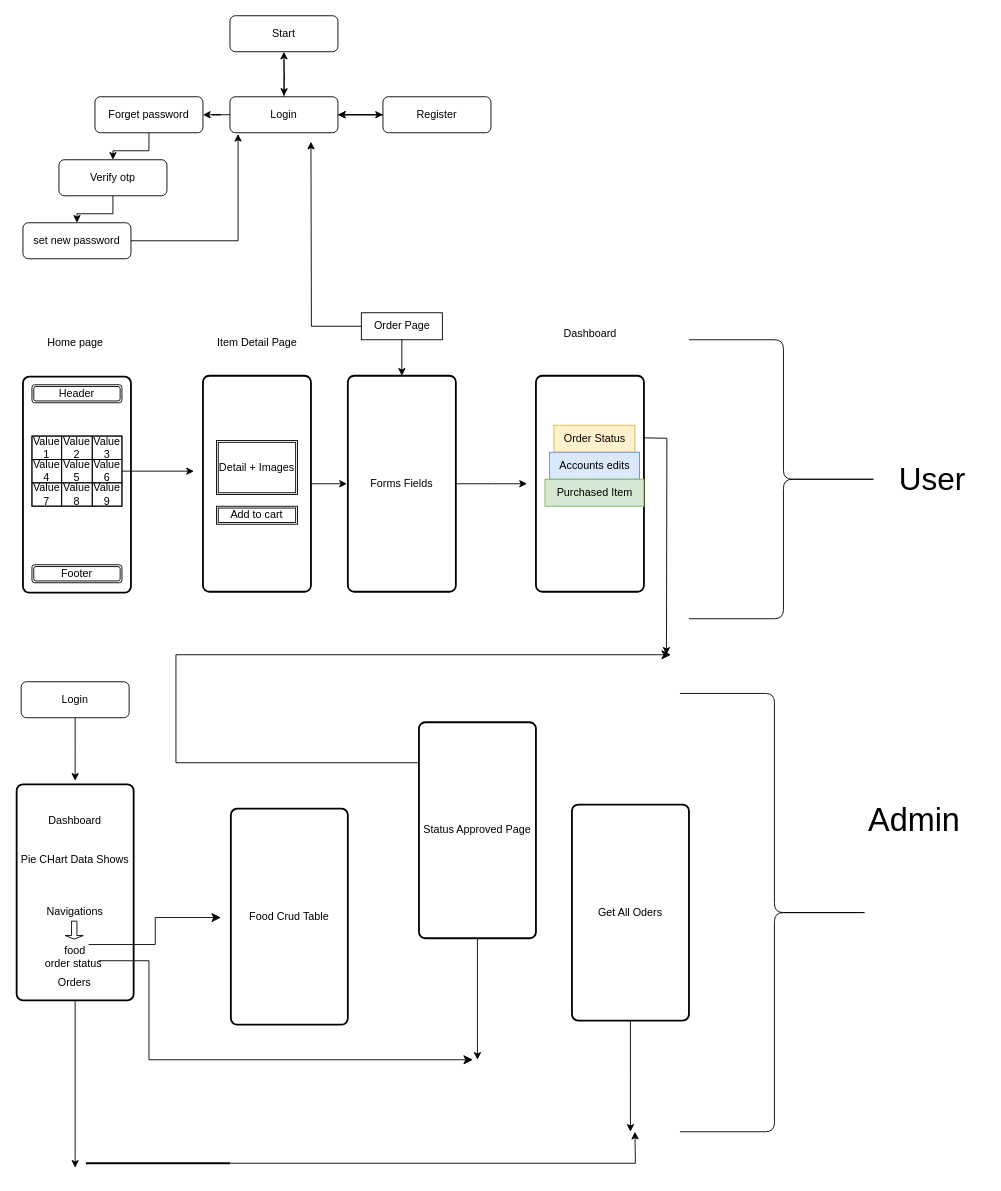
Ahsan2001/Restaurant-Web-Application keeps this draw.io diagram as Untitled Diagram.drawio. Above is the earlier version. Source tidied: cells renumbered, new cells numbered last; positions are measured from the earlier drawing's top-left corner, leaving out a move shared by most shapes. Both pictures are drawn from the tidied source at 90%, with x=0, y=0 at pixel (16, 15).
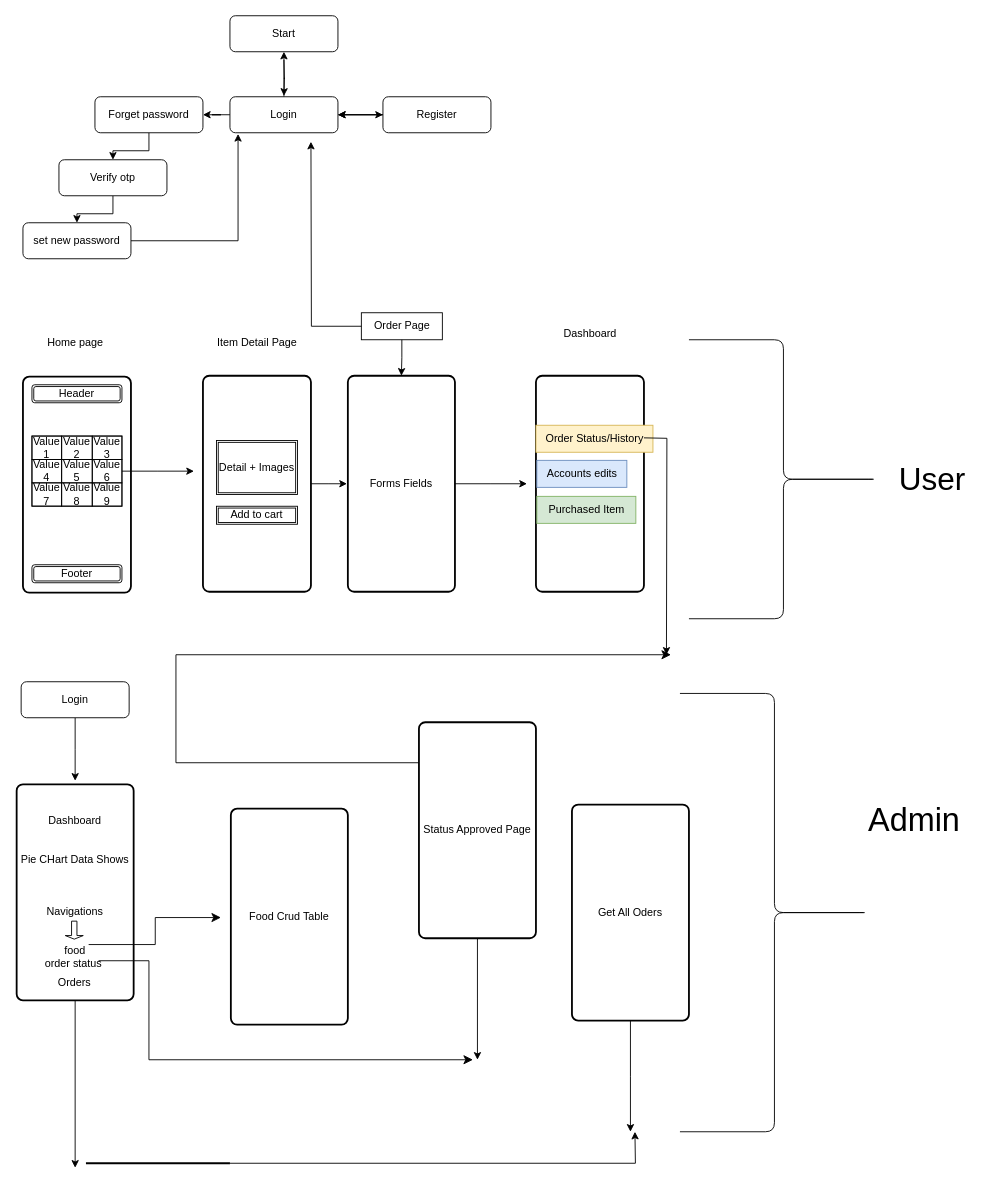
The same page after the edit.

Change to the diagram source:
```diff
@@
     <mxCell id="21" value="Forms Fields" style="rounded=1;whiteSpace=wrap;html=1;absoluteArcSize=1;arcSize=14;strokeWidth=2;" parent="1" vertex="1">
-      <mxGeometry x="368" y="400" width="120" height="240" as="geometry" />
+      <mxGeometry x="368" y="400" width="119" height="240" as="geometry" />
     </mxCell>
@@
-    <mxCell id="47" value="Order Status" style="text;html=1;align=center;verticalAlign=middle;strokeColor=#d6b656;fillColor=#fff2cc;" parent="1" vertex="1">
-      <mxGeometry x="597" y="455" width="90" height="30" as="geometry" />
+    <mxCell id="47" value="Order Status/History" style="text;html=1;align=center;verticalAlign=middle;strokeColor=#d6b656;fillColor=#fff2cc;" parent="1" vertex="1">
+      <mxGeometry x="577" y="455" width="130" height="30" as="geometry" />
     </mxCell>
     <mxCell id="48" value="Accounts edits" style="text;html=1;align=center;verticalAlign=middle;strokeColor=#6c8ebf;fillColor=#dae8fc;" parent="1" vertex="1">
-      <mxGeometry x="592" y="485" width="100" height="30" as="geometry" />
+      <mxGeometry x="578" y="494" width="100" height="30" as="geometry" />
     </mxCell>
@@
     <mxCell id="50" value="Purchased Item" style="text;html=1;align=center;verticalAlign=middle;strokeColor=#82b366;fillColor=#d5e8d4;" parent="1" vertex="1">
-      <mxGeometry x="587" y="515" width="110" height="30" as="geometry" />
+      <mxGeometry x="578" y="534" width="110" height="30" as="geometry" />
     </mxCell>
```
